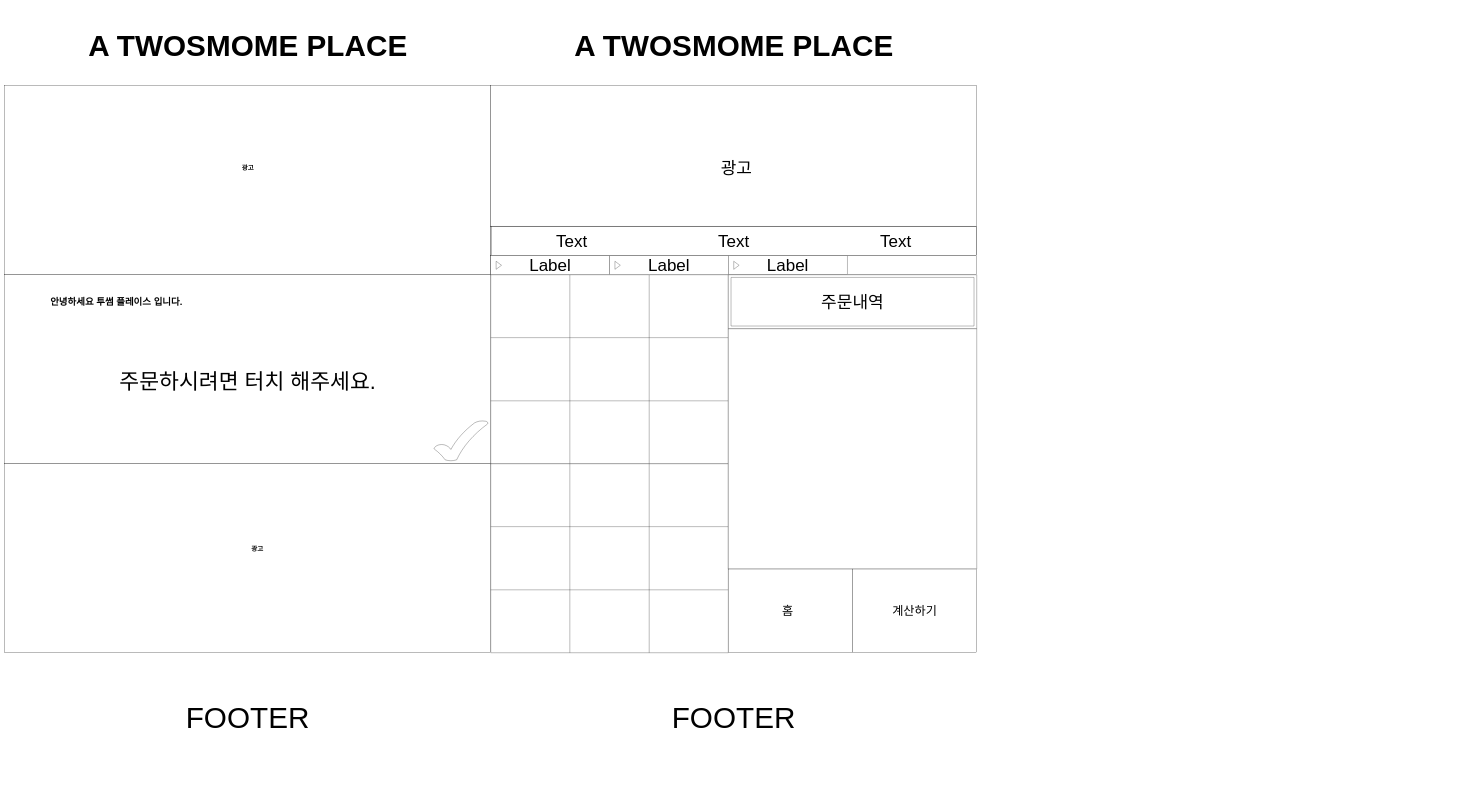
Above: test.drawio in choko5901/twosome (draw.io), before the change. Source tidied: cells renumbered, new cells numbered last; positions are measured from the earlier drawing's top-left corner, leaving out a move shared by most shapes. Both pictures are drawn from the tidied source at 27%, with x=0, y=0 at pixel (5, 5).
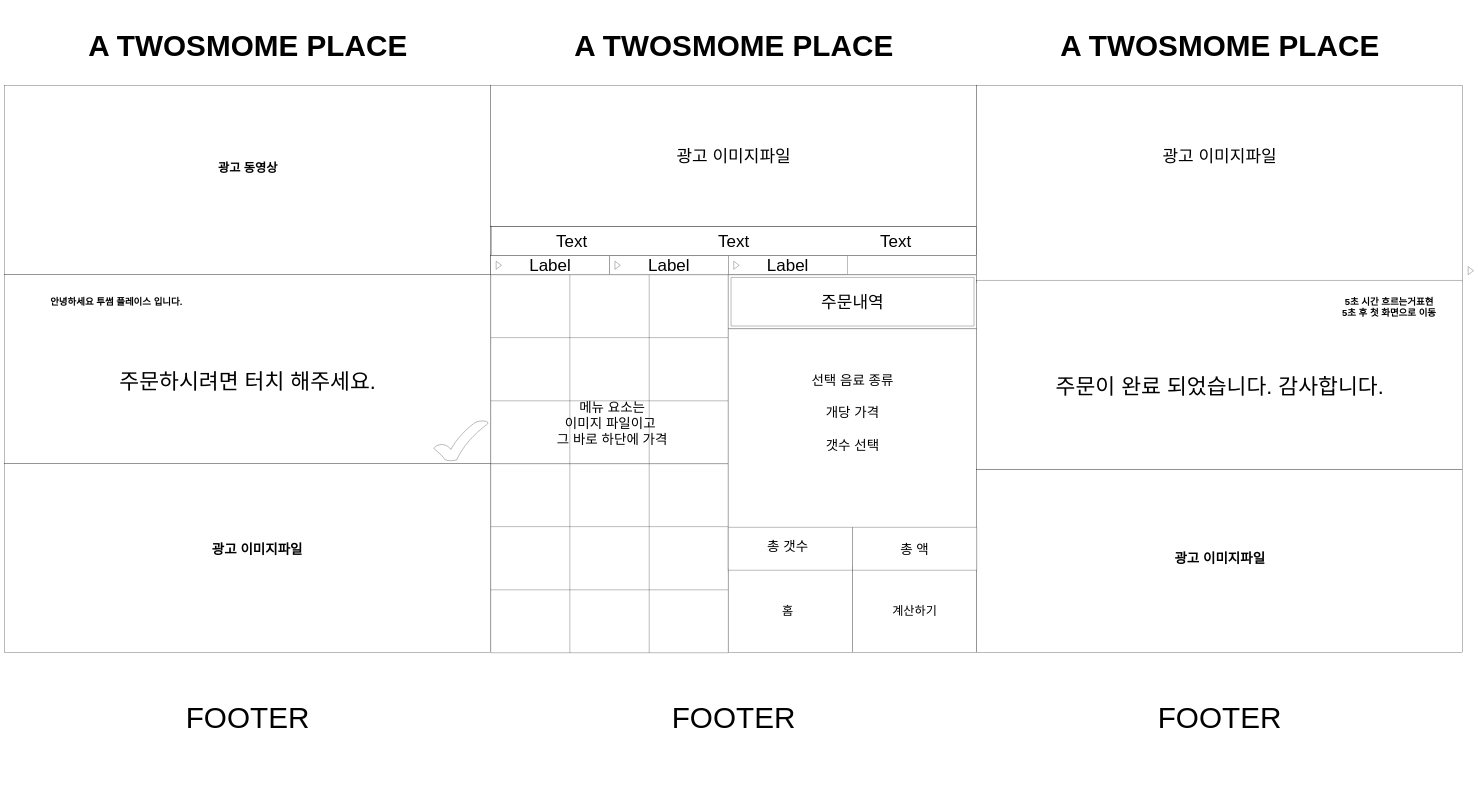
After the change.

The edit, as a diff of the source:
```diff
@@
-    <mxCell id="7" value="광고" style="text;strokeColor=none;fillColor=none;html=1;fontSize=24;fontStyle=1;verticalAlign=middle;align=center;" parent="1" vertex="1">
+    <mxCell id="7" value="&lt;font style=&quot;font-size: 50px;&quot;&gt;광고 이미지파일&lt;/font&gt;" style="text;strokeColor=none;fillColor=none;html=1;fontSize=24;fontStyle=1;verticalAlign=middle;align=center;" parent="1" vertex="1">
       <mxGeometry x="600" y="1850" width="670" height="330" as="geometry" />
     </mxCell>
-    <mxCell id="8" value="광고" style="text;strokeColor=none;fillColor=none;html=1;fontSize=24;fontStyle=1;verticalAlign=middle;align=center;" parent="1" vertex="1">
+    <mxCell id="8" value="&lt;span style=&quot;font-size: 45px;&quot;&gt;광고 동영상&lt;/span&gt;" style="text;strokeColor=none;fillColor=none;html=1;fontSize=24;fontStyle=1;verticalAlign=middle;align=center;" parent="1" vertex="1">
       <mxGeometry x="565" y="440" width="670" height="330" as="geometry" />
     </mxCell>
@@
-    <mxCell id="51" value="광고" style="text;html=1;strokeColor=none;fillColor=none;align=center;verticalAlign=middle;whiteSpace=wrap;rounded=0;fontSize=63;" parent="1" vertex="1">
-      <mxGeometry x="2540" y="590" width="340" height="30" as="geometry" />
+    <mxCell id="51" value="광고 이미지파일" style="text;html=1;strokeColor=none;fillColor=none;align=center;verticalAlign=middle;whiteSpace=wrap;rounded=0;fontSize=63;" parent="1" vertex="1">
+      <mxGeometry x="2405" y="490" width="590" height="140" as="geometry" />
     </mxCell>
@@
     <mxCell id="54" style="verticalLabelPosition=bottom;verticalAlign=top;html=1;shape=mxgraph.basic.rect;fillColor2=none;strokeWidth=1;size=20;indent=5;fontSize=63;" parent="1" vertex="1">
-      <mxGeometry x="2680" y="1200" width="920" height="890" as="geometry" />
+      <mxGeometry x="2680" y="1200" width="920" height="900" as="geometry" />
     </mxCell>
@@
     <mxCell id="57" style="rounded=0;whiteSpace=wrap;html=1;fontSize=63;" parent="1" vertex="1">
-      <mxGeometry x="3140" y="2090" width="460" height="310" as="geometry" />
+      <mxGeometry x="3140" y="2080" width="460" height="320" as="geometry" />
     </mxCell>
@@
+    <mxCell id="60" value="메뉴 요소는&lt;br&gt;이미지 파일이고&amp;nbsp;&lt;br&gt;그 바로 하단에 가격" style="text;html=1;strokeColor=none;fillColor=none;align=center;verticalAlign=middle;whiteSpace=wrap;rounded=0;fontSize=50;" parent="1" vertex="1">
+      <mxGeometry x="2020" y="1310" width="460" height="480" as="geometry" />
+    </mxCell>
+    <mxCell id="61" value="A TWOSMOME PLACE" style="text;strokeColor=none;fillColor=none;html=1;fontSize=110;fontStyle=1;verticalAlign=middle;align=center;" parent="1" vertex="1">
+      <mxGeometry x="3600" width="1800" height="300" as="geometry" />
+    </mxCell>
+    <mxCell id="62" style="rounded=0;whiteSpace=wrap;html=1;fontSize=63;" parent="1" vertex="1">
+      <mxGeometry x="3600" y="300" width="1800" height="730" as="geometry" />
+    </mxCell>
+    <mxCell id="63" value="광고 이미지파일" style="text;html=1;strokeColor=none;fillColor=none;align=center;verticalAlign=middle;whiteSpace=wrap;rounded=0;fontSize=63;" parent="1" vertex="1">
+      <mxGeometry x="4205" y="490" width="590" height="140" as="geometry" />
+    </mxCell>
+    <mxCell id="64" value="FOOTER" style="text;html=1;strokeColor=none;fillColor=none;align=center;verticalAlign=middle;whiteSpace=wrap;rounded=0;fontSize=110;" parent="1" vertex="1">
+      <mxGeometry x="3600" y="2400" width="1800" height="480" as="geometry" />
+    </mxCell>
+    <mxCell id="65" style="rounded=0;whiteSpace=wrap;html=1;fontSize=110;" parent="1" vertex="1">
+      <mxGeometry x="3600" y="1720" width="1800" height="680" as="geometry" />
+    </mxCell>
+    <mxCell id="66" value="&lt;font style=&quot;font-size: 50px;&quot;&gt;광고 이미지파일&lt;/font&gt;" style="text;strokeColor=none;fillColor=none;html=1;fontSize=24;fontStyle=1;verticalAlign=middle;align=center;" parent="1" vertex="1">
+      <mxGeometry x="4165" y="1885" width="670" height="330" as="geometry" />
+    </mxCell>
+    <mxCell id="67" style="rounded=0;whiteSpace=wrap;html=1;fontSize=110;" parent="1" vertex="1">
+      <mxGeometry x="3600" y="1020" width="1800" height="700" as="geometry" />
+    </mxCell>
+    <mxCell id="68" value="&lt;span style=&quot;font-size: 35px;&quot;&gt;5초 시간 흐르는거표현&lt;br&gt;5초 후 첫 화면으로 이동&lt;br&gt;&lt;/span&gt;" style="text;strokeColor=none;fillColor=none;html=1;fontSize=24;fontStyle=1;verticalAlign=middle;align=center;" parent="1" vertex="1">
+      <mxGeometry x="4854" y="1020" width="546" height="200" as="geometry" />
+    </mxCell>
+    <mxCell id="69" value="주문이 완료 되었습니다. 감사합니다." style="text;html=1;strokeColor=none;fillColor=none;align=center;verticalAlign=middle;whiteSpace=wrap;rounded=0;fontSize=80;" parent="1" vertex="1">
+      <mxGeometry x="3600" y="1270" width="1800" height="290" as="geometry" />
+    </mxCell>
+    <mxCell id="70" style="triangle;html=1;whiteSpace=wrap;fontSize=80;" parent="1" vertex="1">
+      <mxGeometry x="5420" y="970" width="20" height="30" as="geometry" />
+    </mxCell>
+    <mxCell id="71" value="선택 음료 종류&lt;br&gt;&lt;br&gt;개당 가격&lt;br&gt;&lt;br&gt;갯수 선택" style="text;html=1;strokeColor=none;fillColor=none;align=center;verticalAlign=middle;whiteSpace=wrap;rounded=0;fontSize=50;" parent="1" vertex="1">
+      <mxGeometry x="2910" y="1270" width="460" height="480" as="geometry" />
+    </mxCell>
+    <mxCell id="72" style="verticalLabelPosition=bottom;verticalAlign=top;html=1;shape=mxgraph.basic.rect;fillColor2=none;strokeWidth=1;size=20;indent=5;fontSize=50;" parent="1" vertex="1">
+      <mxGeometry x="2680" y="1935.5" width="460" height="159" as="geometry" />
+    </mxCell>
+    <mxCell id="73" style="verticalLabelPosition=bottom;verticalAlign=top;html=1;shape=mxgraph.basic.rect;fillColor2=none;strokeWidth=1;size=20;indent=5;fontSize=50;" parent="1" vertex="1">
+      <mxGeometry x="3140" y="1935.5" width="460" height="159" as="geometry" />
+    </mxCell>
+    <mxCell id="74" value="총 갯수" style="text;html=1;strokeColor=none;fillColor=none;align=center;verticalAlign=middle;whiteSpace=wrap;rounded=0;fontSize=50;" parent="1" vertex="1">
+      <mxGeometry x="2810" y="1990" width="180" height="30" as="geometry" />
+    </mxCell>
+    <mxCell id="75" value="총 액" style="text;html=1;strokeColor=none;fillColor=none;align=center;verticalAlign=middle;whiteSpace=wrap;rounded=0;fontSize=50;" parent="1" vertex="1">
+      <mxGeometry x="3280" y="2000" width="180" height="30" as="geometry" />
+    </mxCell>
```
